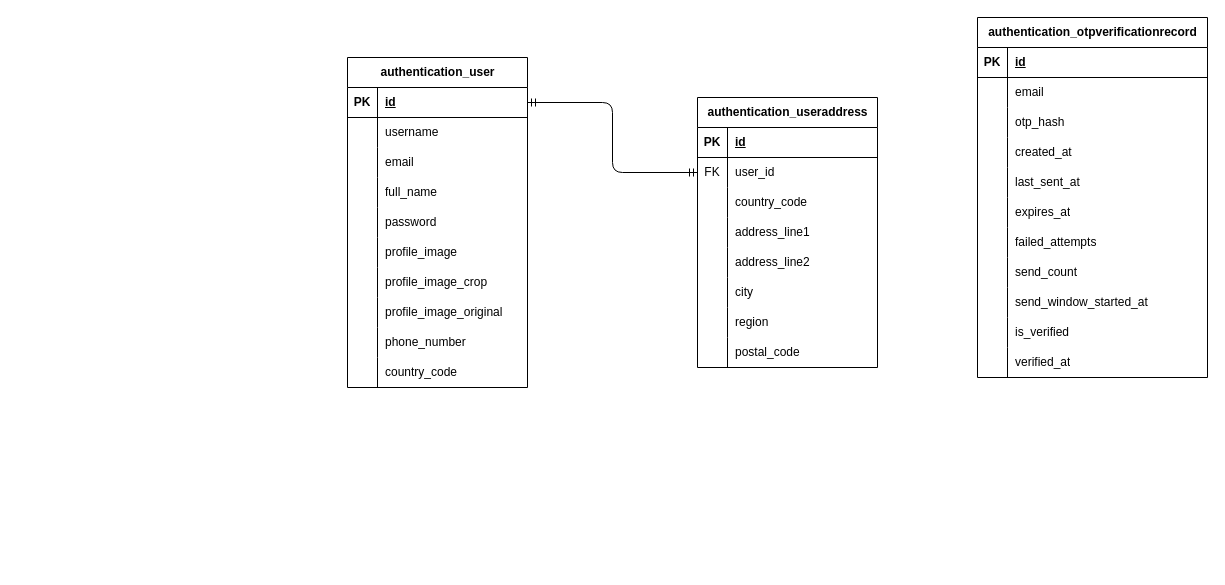
The draw.io diagram page "Authentication" (4 of 10) of diagrams/erd/e-commerce-entity-relationship-diagram.drawio in RHILIUS/E-Commerce-Docs, before the edit. Source tidied: cells renumbered, new cells numbered last; positions are measured from the earlier drawing's top-left corner, leaving out a move shared by most shapes. Both pictures are drawn from the tidied source at 100%, with x=0, y=0 at pixel (347, 17).
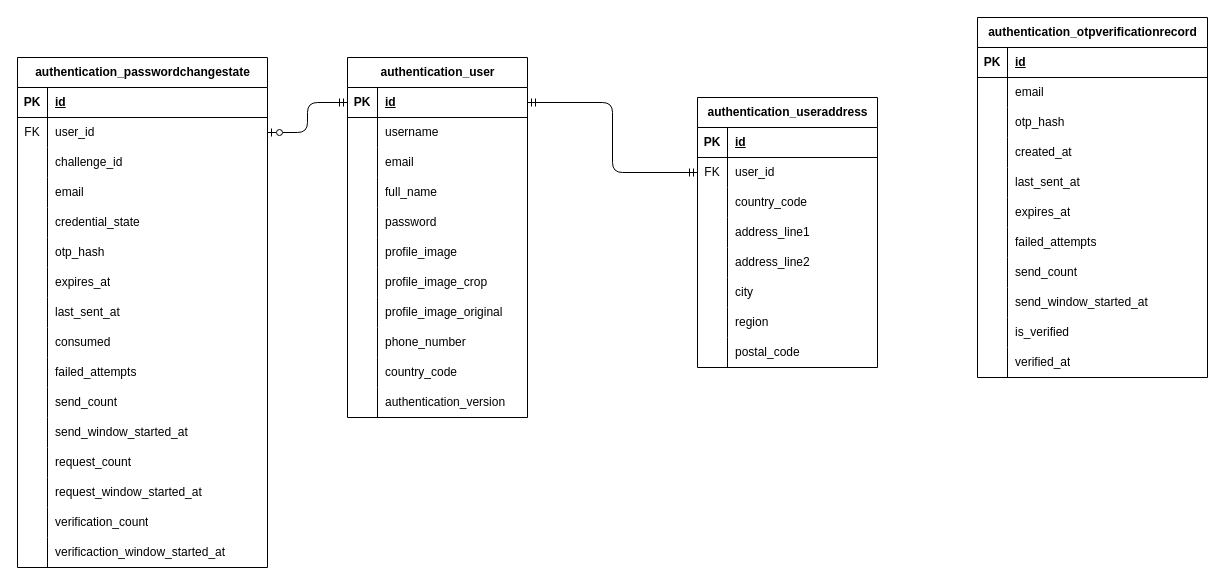
The same page after the edit.

Commit message:
ERD: add changepasswordstate entity in authentication

Unchanged cells that the change refers to:
```xml
<mxCell id="37" style="shape=tableRow;horizontal=0;startSize=0;swimlaneHead=0;swimlaneBody=0;fillColor=none;points=[[0,0.5],[1,0.5]];portConstraint=eastwest;top=0;left=0;right=0;bottom=1;" parent="36" vertex="1">
  <mxGeometry y="30" width="180" height="30" as="geometry" />
</mxCell>
```

What changed in the source:
```diff
@@
     <mxCell id="36" value="&lt;font style=&quot;color: rgb(0, 0, 0);&quot;&gt;authentication_user&lt;/font&gt;" style="shape=table;startSize=30;childLayout=tableLayout;rowLines=0;fontStyle=1;align=center;html=1;" parent="1" vertex="1">
-      <mxGeometry y="40" width="180" height="330" as="geometry" />
+      <mxGeometry y="40" width="180" height="360" as="geometry" />
     </mxCell>
@@
+    <mxCell id="93" style="shape=tableRow;horizontal=0;startSize=0;swimlaneHead=0;swimlaneBody=0;fillColor=none;top=0;left=0;right=0;bottom=0;" parent="36" vertex="1">
+      <mxGeometry y="330" width="180" height="30" as="geometry" />
+    </mxCell>
+    <mxCell id="94" style="shape=partialRectangle;fillColor=none;top=0;left=0;bottom=0;right=0;overflow=hidden;whiteSpace=wrap;html=1;" parent="93" vertex="1">
+      <mxGeometry width="30" height="30" as="geometry" />
+    </mxCell>
+    <mxCell id="95" value="authentication_version" style="shape=partialRectangle;fillColor=none;top=0;left=0;bottom=0;right=0;align=left;spacingLeft=6;overflow=hidden;whiteSpace=wrap;html=1;" parent="93" vertex="1">
+      <mxGeometry x="30" width="150" height="30" as="geometry" />
+    </mxCell>
@@
+    <mxCell id="96" value="authentication_passwordchangestate" style="shape=table;startSize=30;childLayout=tableLayout;rowLines=0;fontStyle=1;align=center;html=1;" parent="1" vertex="1">
+      <mxGeometry x="-330" y="40" width="250" height="510" as="geometry" />
+    </mxCell>
+    <mxCell id="97" style="shape=tableRow;horizontal=0;startSize=0;swimlaneHead=0;swimlaneBody=0;fillColor=none;top=0;left=0;right=0;bottom=1;" parent="96" vertex="1">
+      <mxGeometry y="30" width="250" height="30" as="geometry" />
+    </mxCell>
+    <mxCell id="98" value="PK" style="shape=partialRectangle;fillColor=none;top=0;left=0;bottom=0;right=0;fontStyle=1;overflow=hidden;whiteSpace=wrap;html=1;" parent="97" vertex="1">
+      <mxGeometry width="30" height="30" as="geometry" />
+    </mxCell>
+    <mxCell id="99" value="id" style="shape=partialRectangle;fillColor=none;top=0;left=0;bottom=0;right=0;align=left;spacingLeft=6;fontStyle=5;overflow=hidden;whiteSpace=wrap;html=1;" parent="97" vertex="1">
+      <mxGeometry x="30" width="220" height="30" as="geometry" />
+    </mxCell>
+    <mxCell id="100" style="shape=tableRow;horizontal=0;startSize=0;swimlaneHead=0;swimlaneBody=0;fillColor=none;points=[[0,0.5],[1,0.5]];portConstraint=eastwest;top=0;left=0;right=0;bottom=0;" parent="96" vertex="1">
+      <mxGeometry y="60" width="250" height="30" as="geometry" />
+    </mxCell>
+    <mxCell id="101" value="FK" style="shape=partialRectangle;fillColor=none;top=0;left=0;bottom=0;right=0;overflow=hidden;whiteSpace=wrap;html=1;" parent="100" vertex="1">
+      <mxGeometry width="30" height="30" as="geometry" />
+    </mxCell>
+    <mxCell id="102" value="user_id" style="shape=partialRectangle;fillColor=none;top=0;left=0;bottom=0;right=0;align=left;spacingLeft=6;overflow=hidden;whiteSpace=wrap;html=1;" parent="100" vertex="1">
+      <mxGeometry x="30" width="220" height="30" as="geometry" />
+    </mxCell>
+    <mxCell id="103" style="shape=tableRow;horizontal=0;startSize=0;swimlaneHead=0;swimlaneBody=0;fillColor=none;top=0;left=0;right=0;bottom=0;" parent="96" vertex="1">
+      <mxGeometry y="90" width="250" height="30" as="geometry" />
+    </mxCell>
+    <mxCell id="104" style="shape=partialRectangle;fillColor=none;top=0;left=0;bottom=0;right=0;overflow=hidden;whiteSpace=wrap;html=1;" parent="103" vertex="1">
+      <mxGeometry width="30" height="30" as="geometry" />
+    </mxCell>
+    <mxCell id="105" value="challenge_id" style="shape=partialRectangle;fillColor=none;top=0;left=0;bottom=0;right=0;align=left;spacingLeft=6;overflow=hidden;whiteSpace=wrap;html=1;" parent="103" vertex="1">
+      <mxGeometry x="30" width="220" height="30" as="geometry" />
+    </mxCell>
+    <mxCell id="106" style="shape=tableRow;horizontal=0;startSize=0;swimlaneHead=0;swimlaneBody=0;fillColor=none;top=0;left=0;right=0;bottom=0;" parent="96" vertex="1">
+      <mxGeometry y="120" width="250" height="30" as="geometry" />
+    </mxCell>
+    <mxCell id="107" style="shape=partialRectangle;fillColor=none;top=0;left=0;bottom=0;right=0;overflow=hidden;whiteSpace=wrap;html=1;" parent="106" vertex="1">
+      <mxGeometry width="30" height="30" as="geometry" />
+    </mxCell>
+    <mxCell id="108" value="email" style="shape=partialRectangle;fillColor=none;top=0;left=0;bottom=0;right=0;align=left;spacingLeft=6;overflow=hidden;whiteSpace=wrap;html=1;" parent="106" vertex="1">
+      <mxGeometry x="30" width="220" height="30" as="geometry" />
+    </mxCell>
+    <mxCell id="109" style="shape=tableRow;horizontal=0;startSize=0;swimlaneHead=0;swimlaneBody=0;fillColor=none;top=0;left=0;right=0;bottom=0;" parent="96" vertex="1">
+      <mxGeometry y="150" width="250" height="30" as="geometry" />
+    </mxCell>
+    <mxCell id="110" style="shape=partialRectangle;fillColor=none;top=0;left=0;bottom=0;right=0;overflow=hidden;whiteSpace=wrap;html=1;" parent="109" vertex="1">
+      <mxGeometry width="30" height="30" as="geometry" />
+    </mxCell>
+    <mxCell id="111" value="credential_state" style="shape=partialRectangle;fillColor=none;top=0;left=0;bottom=0;right=0;align=left;spacingLeft=6;overflow=hidden;whiteSpace=wrap;html=1;" parent="109" vertex="1">
+      <mxGeometry x="30" width="220" height="30" as="geometry" />
+    </mxCell>
+    <mxCell id="112" style="shape=tableRow;horizontal=0;startSize=0;swimlaneHead=0;swimlaneBody=0;fillColor=none;top=0;left=0;right=0;bottom=0;" parent="96" vertex="1">
+      <mxGeometry y="180" width="250" height="30" as="geometry" />
+    </mxCell>
+    <mxCell id="113" style="shape=partialRectangle;fillColor=none;top=0;left=0;bottom=0;right=0;overflow=hidden;whiteSpace=wrap;html=1;" parent="112" vertex="1">
+      <mxGeometry width="30" height="30" as="geometry" />
+    </mxCell>
+    <mxCell id="114" value="otp_hash" style="shape=partialRectangle;fillColor=none;top=0;left=0;bottom=0;right=0;align=left;spacingLeft=6;overflow=hidden;whiteSpace=wrap;html=1;" parent="112" vertex="1">
+      <mxGeometry x="30" width="220" height="30" as="geometry" />
+    </mxCell>
+    <mxCell id="115" style="shape=tableRow;horizontal=0;startSize=0;swimlaneHead=0;swimlaneBody=0;fillColor=none;top=0;left=0;right=0;bottom=0;" parent="96" vertex="1">
+      <mxGeometry y="210" width="250" height="30" as="geometry" />
+    </mxCell>
+    <mxCell id="116" style="shape=partialRectangle;fillColor=none;top=0;left=0;bottom=0;right=0;overflow=hidden;whiteSpace=wrap;html=1;" parent="115" vertex="1">
+      <mxGeometry width="30" height="30" as="geometry" />
+    </mxCell>
+    <mxCell id="117" value="expires_at" style="shape=partialRectangle;fillColor=none;top=0;left=0;bottom=0;right=0;align=left;spacingLeft=6;overflow=hidden;whiteSpace=wrap;html=1;" parent="115" vertex="1">
+      <mxGeometry x="30" width="220" height="30" as="geometry" />
+    </mxCell>
+    <mxCell id="118" style="shape=tableRow;horizontal=0;startSize=0;swimlaneHead=0;swimlaneBody=0;fillColor=none;top=0;left=0;right=0;bottom=0;" parent="96" vertex="1">
+      <mxGeometry y="240" width="250" height="30" as="geometry" />
+    </mxCell>
+    <mxCell id="119" style="shape=partialRectangle;fillColor=none;top=0;left=0;bottom=0;right=0;overflow=hidden;whiteSpace=wrap;html=1;" parent="118" vertex="1">
+      <mxGeometry width="30" height="30" as="geometry" />
+    </mxCell>
+    <mxCell id="120" value="last_sent_at" style="shape=partialRectangle;fillColor=none;top=0;left=0;bottom=0;right=0;align=left;spacingLeft=6;overflow=hidden;whiteSpace=wrap;html=1;" parent="118" vertex="1">
+      <mxGeometry x="30" width="220" height="30" as="geometry" />
+    </mxCell>
+    <mxCell id="121" style="shape=tableRow;horizontal=0;startSize=0;swimlaneHead=0;swimlaneBody=0;fillColor=none;top=0;left=0;right=0;bottom=0;" parent="96" vertex="1">
+      <mxGeometry y="270" width="250" height="30" as="geometry" />
+    </mxCell>
+    <mxCell id="122" style="shape=partialRectangle;fillColor=none;top=0;left=0;bottom=0;right=0;overflow=hidden;whiteSpace=wrap;html=1;" parent="121" vertex="1">
+      <mxGeometry width="30" height="30" as="geometry" />
+    </mxCell>
+    <mxCell id="123" value="consumed" style="shape=partialRectangle;fillColor=none;top=0;left=0;bottom=0;right=0;align=left;spacingLeft=6;overflow=hidden;whiteSpace=wrap;html=1;" parent="121" vertex="1">
+      <mxGeometry x="30" width="220" height="30" as="geometry" />
+    </mxCell>
+    <mxCell id="124" style="shape=tableRow;horizontal=0;startSize=0;swimlaneHead=0;swimlaneBody=0;fillColor=none;top=0;left=0;right=0;bottom=0;" parent="96" vertex="1">
+      <mxGeometry y="300" width="250" height="30" as="geometry" />
+    </mxCell>
+    <mxCell id="125" style="shape=partialRectangle;fillColor=none;top=0;left=0;bottom=0;right=0;overflow=hidden;whiteSpace=wrap;html=1;" parent="124" vertex="1">
+      <mxGeometry width="30" height="30" as="geometry" />
+    </mxCell>
+    <mxCell id="126" value="failed_attempts" style="shape=partialRectangle;fillColor=none;top=0;left=0;bottom=0;right=0;align=left;spacingLeft=6;overflow=hidden;whiteSpace=wrap;html=1;" parent="124" vertex="1">
+      <mxGeometry x="30" width="220" height="30" as="geometry" />
+    </mxCell>
+    <mxCell id="127" style="shape=tableRow;horizontal=0;startSize=0;swimlaneHead=0;swimlaneBody=0;fillColor=none;top=0;left=0;right=0;bottom=0;" parent="96" vertex="1">
+      <mxGeometry y="330" width="250" height="30" as="geometry" />
+    </mxCell>
+    <mxCell id="128" style="shape=partialRectangle;fillColor=none;top=0;left=0;bottom=0;right=0;overflow=hidden;whiteSpace=wrap;html=1;" parent="127" vertex="1">
+      <mxGeometry width="30" height="30" as="geometry" />
+    </mxCell>
+    <mxCell id="129" value="send_count" style="shape=partialRectangle;fillColor=none;top=0;left=0;bottom=0;right=0;align=left;spacingLeft=6;overflow=hidden;whiteSpace=wrap;html=1;" parent="127" vertex="1">
+      <mxGeometry x="30" width="220" height="30" as="geometry" />
+    </mxCell>
+    <mxCell id="130" style="shape=tableRow;horizontal=0;startSize=0;swimlaneHead=0;swimlaneBody=0;fillColor=none;top=0;left=0;right=0;bottom=0;" parent="96" vertex="1">
+      <mxGeometry y="360" width="250" height="30" as="geometry" />
+    </mxCell>
+    <mxCell id="131" style="shape=partialRectangle;fillColor=none;top=0;left=0;bottom=0;right=0;overflow=hidden;whiteSpace=wrap;html=1;" parent="130" vertex="1">
+      <mxGeometry width="30" height="30" as="geometry" />
+    </mxCell>
+    <mxCell id="132" value="send_window_started_at" style="shape=partialRectangle;fillColor=none;top=0;left=0;bottom=0;right=0;align=left;spacingLeft=6;overflow=hidden;whiteSpace=wrap;html=1;" parent="130" vertex="1">
+      <mxGeometry x="30" width="220" height="30" as="geometry" />
+    </mxCell>
+    <mxCell id="133" style="shape=tableRow;horizontal=0;startSize=0;swimlaneHead=0;swimlaneBody=0;fillColor=none;top=0;left=0;right=0;bottom=0;" parent="96" vertex="1">
+      <mxGeometry y="390" width="250" height="30" as="geometry" />
+    </mxCell>
+    <mxCell id="134" style="shape=partialRectangle;fillColor=none;top=0;left=0;bottom=0;right=0;overflow=hidden;whiteSpace=wrap;html=1;" parent="133" vertex="1">
+      <mxGeometry width="30" height="30" as="geometry" />
+    </mxCell>
+    <mxCell id="135" value="request_count" style="shape=partialRectangle;fillColor=none;top=0;left=0;bottom=0;right=0;align=left;spacingLeft=6;overflow=hidden;whiteSpace=wrap;html=1;" parent="133" vertex="1">
+      <mxGeometry x="30" width="220" height="30" as="geometry" />
+    </mxCell>
+    <mxCell id="136" style="shape=tableRow;horizontal=0;startSize=0;swimlaneHead=0;swimlaneBody=0;fillColor=none;top=0;left=0;right=0;bottom=0;" parent="96" vertex="1">
+      <mxGeometry y="420" width="250" height="30" as="geometry" />
+    </mxCell>
+    <mxCell id="137" style="shape=partialRectangle;fillColor=none;top=0;left=0;bottom=0;right=0;overflow=hidden;whiteSpace=wrap;html=1;" parent="136" vertex="1">
+      <mxGeometry width="30" height="30" as="geometry" />
+    </mxCell>
+    <mxCell id="138" value="request_window_started_at" style="shape=partialRectangle;fillColor=none;top=0;left=0;bottom=0;right=0;align=left;spacingLeft=6;overflow=hidden;whiteSpace=wrap;html=1;" parent="136" vertex="1">
+      <mxGeometry x="30" width="220" height="30" as="geometry" />
+    </mxCell>
+    <mxCell id="139" style="shape=tableRow;horizontal=0;startSize=0;swimlaneHead=0;swimlaneBody=0;fillColor=none;top=0;left=0;right=0;bottom=0;" parent="96" vertex="1">
+      <mxGeometry y="450" width="250" height="30" as="geometry" />
+    </mxCell>
+    <mxCell id="140" style="shape=partialRectangle;fillColor=none;top=0;left=0;bottom=0;right=0;overflow=hidden;whiteSpace=wrap;html=1;" parent="139" vertex="1">
+      <mxGeometry width="30" height="30" as="geometry" />
+    </mxCell>
+    <mxCell id="141" value="verification_count" style="shape=partialRectangle;fillColor=none;top=0;left=0;bottom=0;right=0;align=left;spacingLeft=6;overflow=hidden;whiteSpace=wrap;html=1;" parent="139" vertex="1">
+      <mxGeometry x="30" width="220" height="30" as="geometry" />
+    </mxCell>
+    <mxCell id="142" style="shape=tableRow;horizontal=0;startSize=0;swimlaneHead=0;swimlaneBody=0;fillColor=none;top=0;left=0;right=0;bottom=0;" parent="96" vertex="1">
+      <mxGeometry y="480" width="250" height="30" as="geometry" />
+    </mxCell>
+    <mxCell id="143" style="shape=partialRectangle;fillColor=none;top=0;left=0;bottom=0;right=0;overflow=hidden;whiteSpace=wrap;html=1;" parent="142" vertex="1">
+      <mxGeometry width="30" height="30" as="geometry" />
+    </mxCell>
+    <mxCell id="144" value="verificaction_window_started_at" style="shape=partialRectangle;fillColor=none;top=0;left=0;bottom=0;right=0;align=left;spacingLeft=6;overflow=hidden;whiteSpace=wrap;html=1;" parent="142" vertex="1">
+      <mxGeometry x="30" width="220" height="30" as="geometry" />
+    </mxCell>
+    <mxCell id="145" style="edgeStyle=orthogonalEdgeStyle;html=1;entryX=1;entryY=0.5;entryDx=0;entryDy=0;exitX=0;exitY=0.5;exitDx=0;exitDy=0;startArrow=ERmandOne;startFill=0;endArrow=ERzeroToOne;endFill=0;" parent="1" edge="1" source="37" target="100">
+      <mxGeometry x="-0.01" relative="1" as="geometry" />
+    </mxCell>
```
